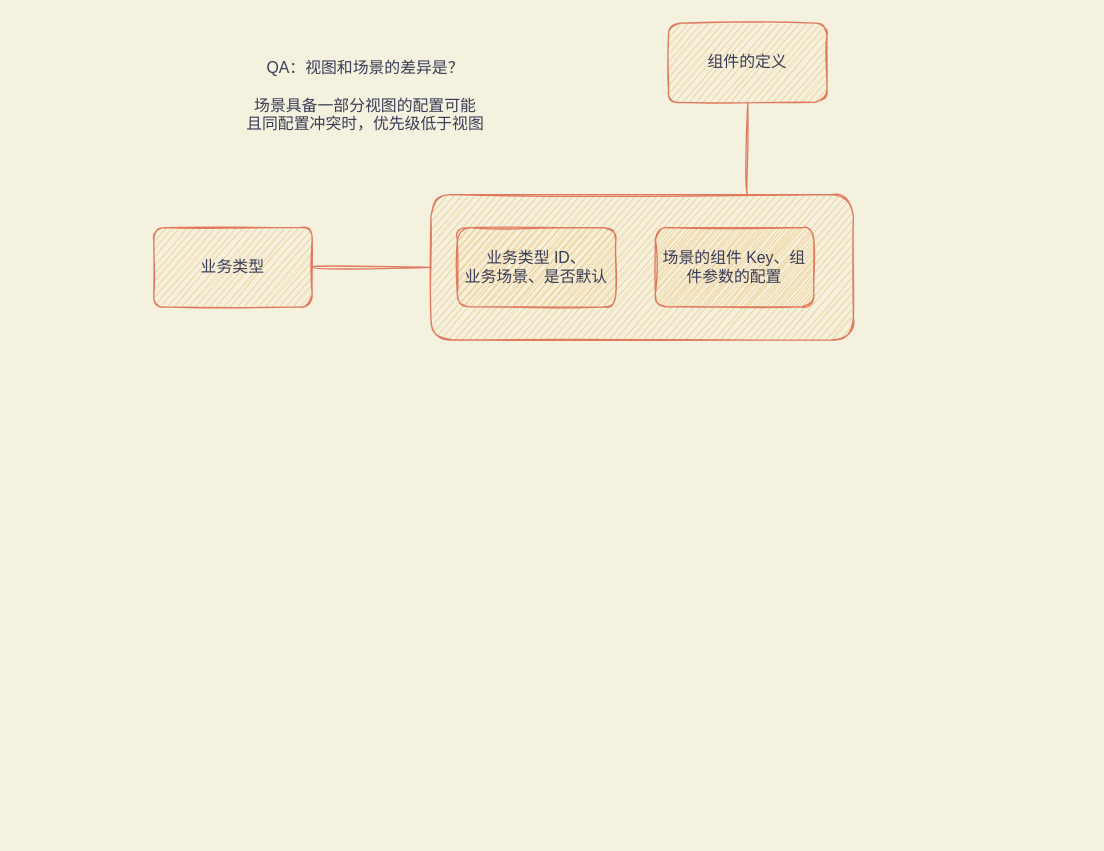
Earlier version of the draw.io diagram page "第 4 页" (4 of 4) of 结构分析.drawio (uiosun/diagrams). Source tidied: cells renumbered, new cells numbered last; positions are measured from the earlier drawing's top-left corner, leaving out a move shared by most shapes. Both pictures are drawn from the tidied source at 132%, with x=0, y=0 at pixel (153, 22).
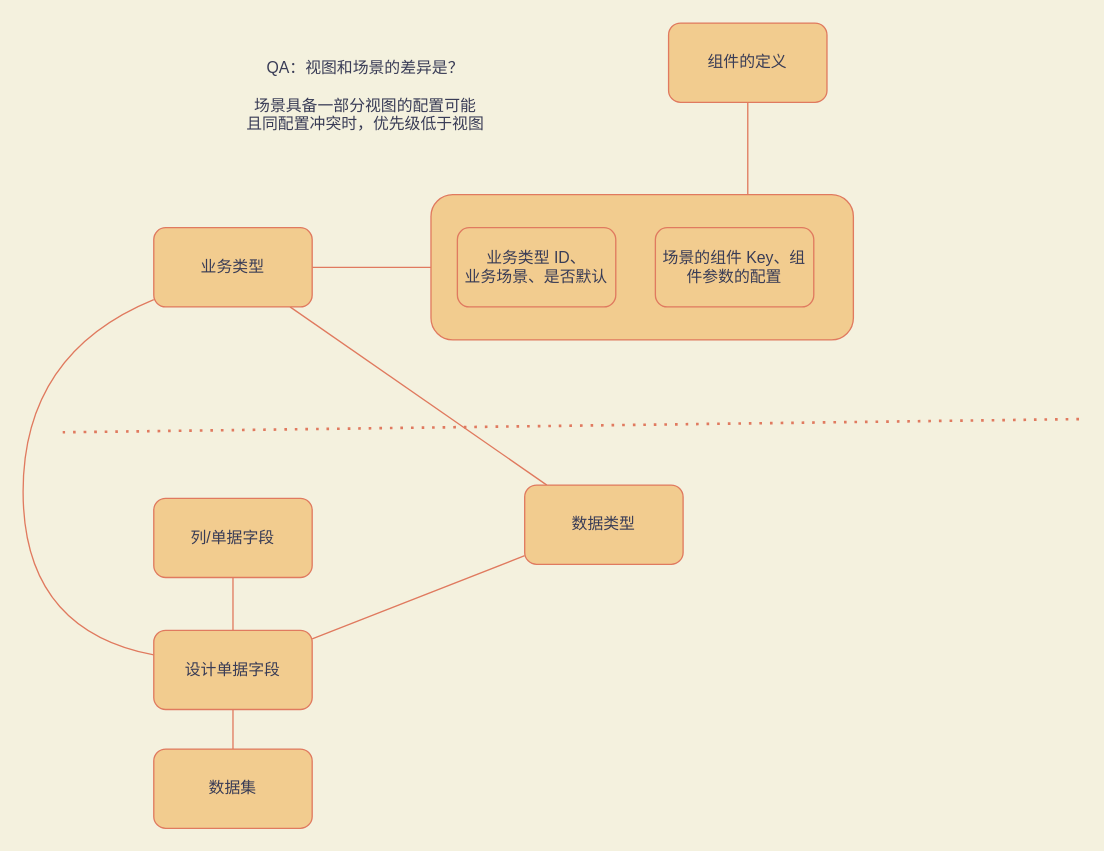
Above is the later version.

Commit message:
更新结构分析.drawio

Diff of the diagram source:
```diff
@@
-    <mxCell id="2" style="edgeStyle=none;rounded=1;jettySize=auto;html=1;endArrow=none;endFill=0;sketch=1;curved=1;labelBackgroundColor=#F4F1DE;strokeColor=#E07A5F;fontColor=#393C56;exitX=0.75;exitY=0;exitDx=0;exitDy=0;" parent="1" edge="1" source="3" target="7">
+    <mxCell id="2" style="edgeStyle=none;rounded=1;jettySize=auto;html=1;endArrow=none;endFill=0;curved=1;labelBackgroundColor=#F4F1DE;strokeColor=#E07A5F;fontColor=#393C56;exitX=0.75;exitY=0;exitDx=0;exitDy=0;" parent="1" edge="1" source="3" target="7">
       <mxGeometry relative="1" as="geometry" />
     </mxCell>
-    <mxCell id="3" style="whiteSpace=wrap;html=1;sketch=1;rounded=1;fillColor=#F2CC8F;strokeColor=#E07A5F;fontColor=#393C56;" parent="1" vertex="1">
+    <mxCell id="3" style="whiteSpace=wrap;html=1;rounded=1;fillColor=#F2CC8F;strokeColor=#E07A5F;fontColor=#393C56;" parent="1" vertex="1">
       <mxGeometry x="210" y="130" width="320" height="110" as="geometry" />
     </mxCell>
-    <mxCell id="4" style="edgeStyle=none;rounded=1;jettySize=auto;html=1;exitX=1;exitY=0.5;exitDx=0;exitDy=0;entryX=0;entryY=0.5;entryDx=0;entryDy=0;endArrow=none;endFill=0;sketch=1;curved=1;labelBackgroundColor=#F4F1DE;strokeColor=#E07A5F;fontColor=#393C56;" parent="1" edge="1" source="5" target="3">
+    <mxCell id="4" style="edgeStyle=none;rounded=1;jettySize=auto;html=1;exitX=1;exitY=0.5;exitDx=0;exitDy=0;entryX=0;entryY=0.5;entryDx=0;entryDy=0;endArrow=none;endFill=0;curved=1;labelBackgroundColor=#F4F1DE;strokeColor=#E07A5F;fontColor=#393C56;" parent="1" edge="1" source="5" target="3">
       <mxGeometry relative="1" as="geometry" />
     </mxCell>
+    <mxCell id="10" style="edgeStyle=none;rounded=1;jettySize=auto;html=1;endArrow=none;endFill=0;labelBackgroundColor=#F4F1DE;strokeColor=#E07A5F;fontColor=#393C56;curved=1;" parent="1" edge="1" source="5" target="19">
+      <mxGeometry relative="1" as="geometry" />
+    </mxCell>
-    <mxCell id="5" value="业务类型" style="rounded=1;whiteSpace=wrap;html=1;sketch=1;fillColor=#F2CC8F;strokeColor=#E07A5F;fontColor=#393C56;" parent="1" vertex="1">
+    <mxCell id="5" value="业务类型" style="rounded=1;whiteSpace=wrap;html=1;fillColor=#F2CC8F;strokeColor=#E07A5F;fontColor=#393C56;" parent="1" vertex="1">
       <mxGeometry y="155" width="120" height="60" as="geometry" />
     </mxCell>
-    <mxCell id="6" value="业务类型&amp;nbsp;ID、&lt;br&gt;业务场景、是否默认" style="rounded=1;whiteSpace=wrap;html=1;sketch=1;fillColor=#F2CC8F;strokeColor=#E07A5F;fontColor=#393C56;" parent="1" vertex="1">
+    <mxCell id="6" value="业务类型&amp;nbsp;ID、&lt;br&gt;业务场景、是否默认" style="rounded=1;whiteSpace=wrap;html=1;fillColor=#F2CC8F;strokeColor=#E07A5F;fontColor=#393C56;" parent="1" vertex="1">
       <mxGeometry x="230" y="155" width="120" height="60" as="geometry" />
     </mxCell>
-    <mxCell id="7" value="组件的定义" style="rounded=1;whiteSpace=wrap;html=1;sketch=1;fillColor=#F2CC8F;strokeColor=#E07A5F;fontColor=#393C56;" parent="1" vertex="1">
+    <mxCell id="7" value="组件的定义" style="rounded=1;whiteSpace=wrap;html=1;fillColor=#F2CC8F;strokeColor=#E07A5F;fontColor=#393C56;" parent="1" vertex="1">
       <mxGeometry x="390" width="120" height="60" as="geometry" />
     </mxCell>
-    <mxCell id="8" value="场景的组件 Key、组件参数的配置" style="rounded=1;whiteSpace=wrap;html=1;sketch=1;fillColor=#F2CC8F;strokeColor=#E07A5F;fontColor=#393C56;" parent="1" vertex="1">
+    <mxCell id="8" value="场景的组件 Key、组件参数的配置" style="rounded=1;whiteSpace=wrap;html=1;fillColor=#F2CC8F;strokeColor=#E07A5F;fontColor=#393C56;" parent="1" vertex="1">
       <mxGeometry x="380" y="155" width="120" height="60" as="geometry" />
     </mxCell>
-    <mxCell id="9" value="QA：视图和场景的差异是？&lt;br&gt;&lt;br&gt;场景具备一部分视图的配置可能&lt;br&gt;且同配置冲突时，优先级低于视图" style="text;html=1;align=center;verticalAlign=middle;strokeColor=none;fillColor=none;sketch=1;rounded=1;fontColor=#393C56;" parent="1" vertex="1">
+    <mxCell id="9" value="QA：视图和场景的差异是？&lt;br&gt;&lt;br&gt;场景具备一部分视图的配置可能&lt;br&gt;且同配置冲突时，优先级低于视图" style="text;html=1;align=center;verticalAlign=middle;strokeColor=none;fillColor=none;rounded=1;fontColor=#393C56;" parent="1" vertex="1">
       <mxGeometry x="60" y="20" width="200" height="70" as="geometry" />
     </mxCell>
+    <mxCell id="11" style="rounded=1;jettySize=auto;html=1;endArrow=none;endFill=0;labelBackgroundColor=#F4F1DE;strokeColor=#E07A5F;fontColor=#393C56;curved=1;" parent="1" edge="1" source="12" target="18">
+      <mxGeometry relative="1" as="geometry" />
+    </mxCell>
+    <mxCell id="12" value="数据集" style="rounded=1;whiteSpace=wrap;html=1;fillColor=#F2CC8F;strokeColor=#E07A5F;fontColor=#393C56;" parent="1" vertex="1">
+      <mxGeometry y="550" width="120" height="60" as="geometry" />
+    </mxCell>
+    <mxCell id="13" value="列/单据字段" style="rounded=1;whiteSpace=wrap;html=1;fillColor=#F2CC8F;strokeColor=#E07A5F;fontColor=#393C56;" parent="1" vertex="1">
+      <mxGeometry y="360" width="120" height="60" as="geometry" />
+    </mxCell>
+    <mxCell id="14" style="endArrow=none;dashed=1;html=1;dashPattern=1 3;strokeWidth=2;rounded=1;labelBackgroundColor=#F4F1DE;strokeColor=#E07A5F;fontColor=#393C56;curved=1;" parent="1" edge="1">
+      <mxGeometry relative="1" as="geometry">
+        <mxPoint x="-69" y="310" as="sourcePoint" />
+        <mxPoint x="701" y="300" as="targetPoint" />
+      </mxGeometry>
+    </mxCell>
+    <mxCell id="15" style="edgeStyle=orthogonalEdgeStyle;rounded=1;jettySize=auto;html=1;endArrow=none;endFill=0;labelBackgroundColor=#F4F1DE;strokeColor=#E07A5F;fontColor=#393C56;curved=1;" parent="1" edge="1" source="18" target="13">
+      <mxGeometry relative="1" as="geometry" />
+    </mxCell>
+    <mxCell id="16" style="edgeStyle=none;rounded=1;jettySize=auto;html=1;endArrow=none;endFill=0;labelBackgroundColor=#F4F1DE;strokeColor=#E07A5F;fontColor=#393C56;curved=1;" parent="1" edge="1" source="18" target="5">
+      <mxGeometry relative="1" as="geometry">
+        <Array as="points">
+          <mxPoint x="-99" y="460" />
+          <mxPoint x="-99" y="250" />
+        </Array>
+      </mxGeometry>
+    </mxCell>
+    <mxCell id="17" style="edgeStyle=none;rounded=1;jettySize=auto;html=1;endArrow=none;endFill=0;labelBackgroundColor=#F4F1DE;strokeColor=#E07A5F;fontColor=#393C56;curved=1;" parent="1" edge="1" source="18" target="19">
+      <mxGeometry relative="1" as="geometry" />
+    </mxCell>
+    <mxCell id="18" value="设计单据字段" style="rounded=1;whiteSpace=wrap;html=1;fillColor=#F2CC8F;strokeColor=#E07A5F;fontColor=#393C56;" parent="1" vertex="1">
+      <mxGeometry y="460" width="120" height="60" as="geometry" />
+    </mxCell>
+    <mxCell id="19" value="数据类型" style="rounded=1;whiteSpace=wrap;html=1;fillColor=#F2CC8F;strokeColor=#E07A5F;fontColor=#393C56;" parent="1" vertex="1">
+      <mxGeometry x="281" y="350" width="120" height="60" as="geometry" />
+    </mxCell>
```
